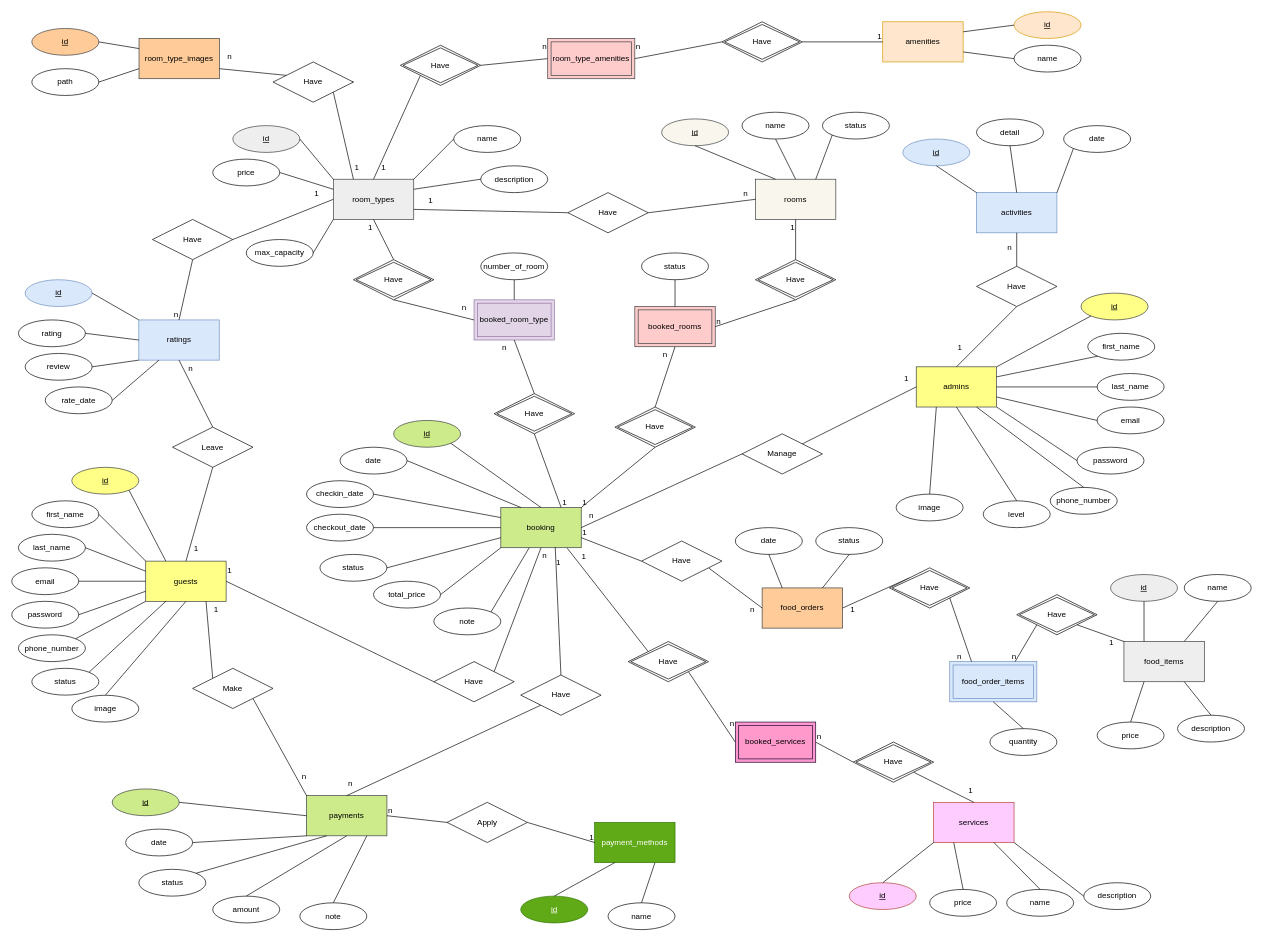
tamgtasa2611/hotel_project2 keeps this draw.io diagram as db_design/hotel_project2.drawio. Above is the earlier version. Source tidied: cells renumbered, new cells numbered last; positions are measured from the earlier drawing's top-left corner, leaving out a move shared by most shapes. Both pictures are drawn from the tidied source at 67%, with x=0, y=0 at pixel (11, 11).
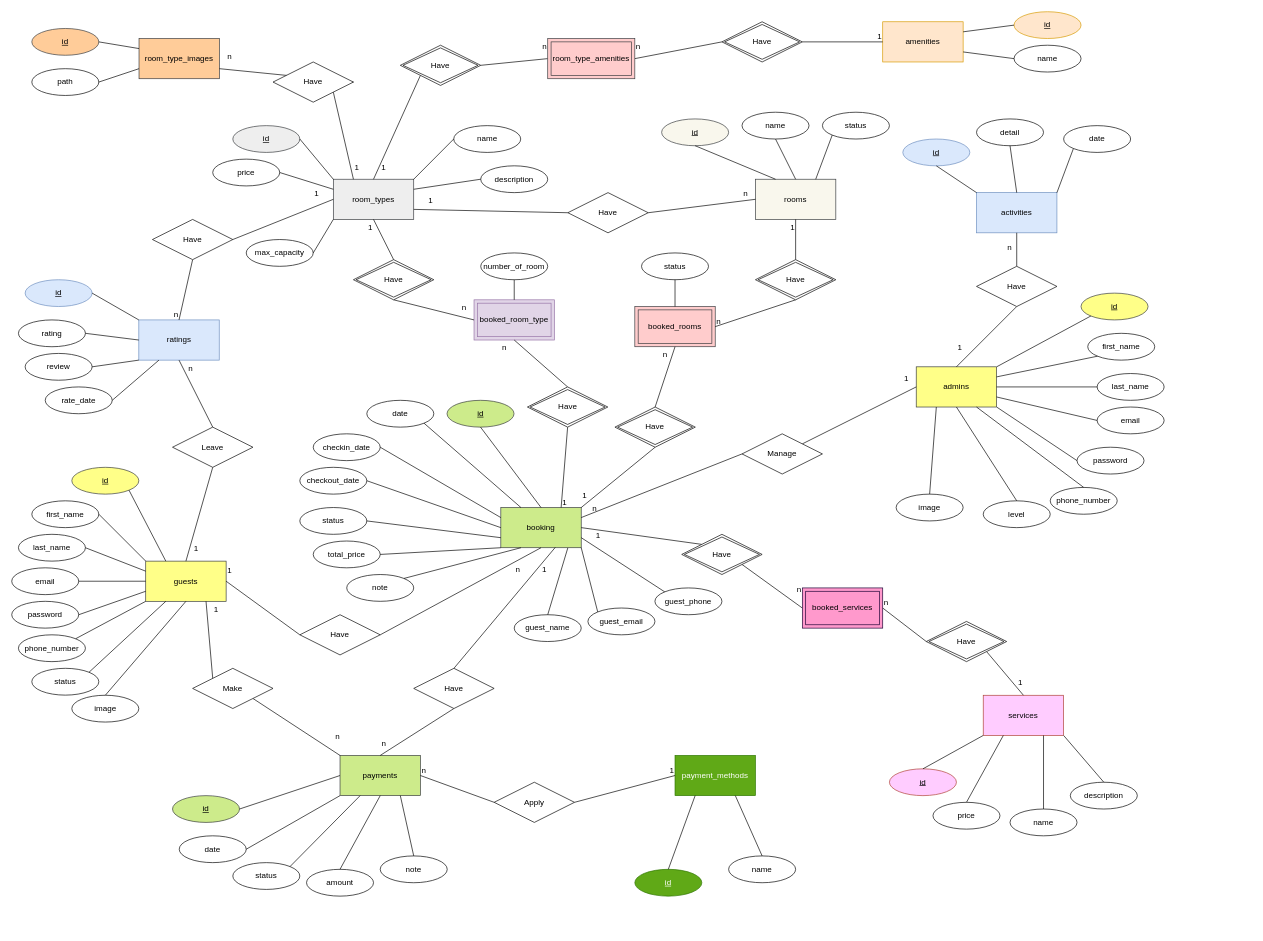
After the change.

The change refers to these unchanged cells:
```xml
<mxCell id="7" value="booking" style="rounded=0;whiteSpace=wrap;html=1;fillColor=#cdeb8b;strokeColor=#36393d;" parent="1" vertex="1">
  <mxGeometry x="730" y="740" width="120" height="60" as="geometry" />
</mxCell>
<mxCell id="72" value="Manage" style="shape=rhombus;perimeter=rhombusPerimeter;whiteSpace=wrap;html=1;align=center;" parent="1" vertex="1">
  <mxGeometry x="1090" y="630" width="120" height="60" as="geometry" />
</mxCell>
<mxCell id="108" style="endArrow=none;html=1;rounded=0;exitX=0.677;exitY=0.992;exitDx=0;exitDy=0;entryX=0.5;entryY=0;entryDx=0;entryDy=0;exitPerimeter=0;" parent="1" edge="1" source="7" target="110">
  <mxGeometry relative="1" as="geometry" />
</mxCell>
<mxCell id="213" style="endArrow=none;html=1;rounded=0;exitX=1;exitY=0;exitDx=0;exitDy=0;entryX=0.5;entryY=1;entryDx=0;entryDy=0;" parent="1" edge="1" source="7" target="215">
  <mxGeometry relative="1" as="geometry" />
</mxCell>
```

What changed in the source:
```diff
@@
     <mxCell id="23" value="checkin_date" style="ellipse;whiteSpace=wrap;html=1;align=center;" parent="1" vertex="1">
-      <mxGeometry x="440" y="700" width="100" height="40" as="geometry" />
+      <mxGeometry x="450" y="630" width="100" height="40" as="geometry" />
     </mxCell>
     <mxCell id="24" value="checkout_date" style="ellipse;whiteSpace=wrap;html=1;align=center;" parent="1" vertex="1">
-      <mxGeometry x="440" y="750" width="100" height="40" as="geometry" />
+      <mxGeometry x="430" y="680" width="100" height="40" as="geometry" />
     </mxCell>
@@
     <mxCell id="38" value="total_price" style="ellipse;whiteSpace=wrap;html=1;align=center;" parent="1" vertex="1">
-      <mxGeometry x="540" y="850" width="100" height="40" as="geometry" />
+      <mxGeometry x="450" y="790" width="100" height="40" as="geometry" />
     </mxCell>
@@
-    <mxCell id="42" style="endArrow=none;html=1;rounded=0;exitX=1;exitY=0;exitDx=0;exitDy=0;entryX=0.5;entryY=1;entryDx=0;entryDy=0;" parent="1" edge="1" source="46" target="7">
+    <mxCell id="42" style="endArrow=none;html=1;rounded=0;exitX=1;exitY=0.5;exitDx=0;exitDy=0;entryX=0.5;entryY=1;entryDx=0;entryDy=0;" parent="1" edge="1" source="46" target="7">
       <mxGeometry relative="1" as="geometry" />
     </mxCell>
     <mxCell id="43" value="n" style="html=1;whiteSpace=wrap;align=right;verticalAlign=bottom;" parent="42" vertex="1">
       <mxGeometry x="1" relative="1" as="geometry">
-        <mxPoint x="10" y="20" as="offset" />
+        <mxPoint x="-30" y="40" as="offset" />
       </mxGeometry>
     </mxCell>
@@
     <mxCell id="46" value="Have" style="shape=rhombus;perimeter=rhombusPerimeter;whiteSpace=wrap;html=1;align=center;" parent="1" vertex="1">
-      <mxGeometry x="630" y="970" width="120" height="60" as="geometry" />
+      <mxGeometry x="430" y="900" width="120" height="60" as="geometry" />
     </mxCell>
@@
     <mxCell id="50" value="&lt;u&gt;id&lt;/u&gt;" style="ellipse;whiteSpace=wrap;html=1;align=center;fillColor=#cdeb8b;strokeColor=#36393d;" parent="1" vertex="1">
-      <mxGeometry x="570" y="610" width="100" height="40" as="geometry" />
+      <mxGeometry x="649.7" y="580" width="100" height="40" as="geometry" />
     </mxCell>
-    <mxCell id="51" style="endArrow=none;html=1;rounded=0;entryX=1;entryY=1;entryDx=0;entryDy=0;exitX=0.5;exitY=0;exitDx=0;exitDy=0;" parent="1" edge="1" source="7" target="50">
+    <mxCell id="51" style="endArrow=none;html=1;rounded=0;entryX=0.5;entryY=1;entryDx=0;entryDy=0;exitX=0.5;exitY=0;exitDx=0;exitDy=0;" parent="1" edge="1" source="7" target="50">
       <mxGeometry relative="1" as="geometry" />
     </mxCell>
@@
-    <mxCell id="70" style="endArrow=none;html=1;rounded=0;exitX=1;exitY=0.5;exitDx=0;exitDy=0;entryX=0;entryY=0.5;entryDx=0;entryDy=0;" parent="1" edge="1" source="7" target="72">
+    <mxCell id="70" style="endArrow=none;html=1;rounded=0;exitX=1;exitY=0.25;exitDx=0;exitDy=0;entryX=0;entryY=0.5;entryDx=0;entryDy=0;" parent="1" edge="1" source="7" target="72">
       <mxGeometry relative="1" as="geometry" />
     </mxCell>
     <mxCell id="71" value="n" style="html=1;whiteSpace=wrap;align=left;verticalAlign=bottom;" parent="70" vertex="1">
       <mxGeometry x="-1" relative="1" as="geometry">
-        <mxPoint x="10" y="-10" as="offset" />
+        <mxPoint x="15" y="-5" as="offset" />
       </mxGeometry>
     </mxCell>
@@
     <mxCell id="101" value="payments" style="rounded=0;whiteSpace=wrap;html=1;fillColor=#cdeb8b;strokeColor=#36393d;" parent="1" vertex="1">
-      <mxGeometry x="440" y="1170" width="120" height="60" as="geometry" />
+      <mxGeometry x="490" y="1110" width="120" height="60" as="geometry" />
     </mxCell>
     <mxCell id="102" value="&lt;u&gt;id&lt;/u&gt;" style="ellipse;whiteSpace=wrap;html=1;align=center;fillColor=#cdeb8b;strokeColor=#36393d;" parent="1" vertex="1">
-      <mxGeometry x="150" y="1160" width="100" height="40" as="geometry" />
+      <mxGeometry x="240" y="1170" width="100" height="40" as="geometry" />
     </mxCell>
@@
     <mxCell id="104" value="date" style="ellipse;whiteSpace=wrap;html=1;align=center;" parent="1" vertex="1">
-      <mxGeometry x="170" y="1220" width="100" height="40" as="geometry" />
+      <mxGeometry x="250" y="1230" width="100" height="40" as="geometry" />
     </mxCell>
@@
-    <mxCell id="106" style="endArrow=none;html=1;rounded=0;exitX=0;exitY=1;exitDx=0;exitDy=0;entryX=0.5;entryY=0;entryDx=0;entryDy=0;" parent="1" edge="1" source="110" target="101">
+    <mxCell id="106" style="endArrow=none;html=1;rounded=0;exitX=0.5;exitY=1;exitDx=0;exitDy=0;entryX=0.5;entryY=0;entryDx=0;entryDy=0;" parent="1" edge="1" source="110" target="101">
       <mxGeometry relative="1" as="geometry" />
     </mxCell>
@@
     <mxCell id="109" value="1" style="html=1;whiteSpace=wrap;align=left;verticalAlign=bottom;" parent="108" vertex="1">
       <mxGeometry x="-1" relative="1" as="geometry">
-        <mxPoint y="30" as="offset" />
+        <mxPoint x="-21" y="40" as="offset" />
       </mxGeometry>
     </mxCell>
     <mxCell id="110" value="Have" style="shape=rhombus;perimeter=rhombusPerimeter;whiteSpace=wrap;html=1;align=center;" parent="1" vertex="1">
-      <mxGeometry x="759.7" y="990" width="120" height="60" as="geometry" />
+      <mxGeometry x="600" y="980" width="120" height="60" as="geometry" />
     </mxCell>
     <mxCell id="111" value="amount" style="ellipse;whiteSpace=wrap;html=1;align=center;" parent="1" vertex="1">
-      <mxGeometry x="300" y="1320" width="100" height="40" as="geometry" />
+      <mxGeometry x="440" y="1280" width="100" height="40" as="geometry" />
     </mxCell>
     <mxCell id="112" value="status" style="ellipse;whiteSpace=wrap;html=1;align=center;" parent="1" vertex="1">
-      <mxGeometry x="189.7" y="1280" width="100" height="40" as="geometry" />
+      <mxGeometry x="330" y="1270" width="100" height="40" as="geometry" />
     </mxCell>
@@
     <mxCell id="132" value="payment_methods" style="rounded=0;whiteSpace=wrap;html=1;fillColor=#60a917;strokeColor=#2D7600;fontColor=#ffffff;" parent="1" vertex="1">
-      <mxGeometry x="870" y="1210" width="120" height="60" as="geometry" />
+      <mxGeometry x="990" y="1110" width="120" height="60" as="geometry" />
     </mxCell>
     <mxCell id="133" value="&lt;u&gt;id&lt;/u&gt;" style="ellipse;whiteSpace=wrap;html=1;align=center;fillColor=#60a917;strokeColor=#2D7600;fontColor=#ffffff;" parent="1" vertex="1">
-      <mxGeometry x="759.7" y="1320" width="100" height="40" as="geometry" />
+      <mxGeometry x="930" y="1280" width="100" height="40" as="geometry" />
     </mxCell>
     <mxCell id="134" value="name" style="ellipse;whiteSpace=wrap;html=1;align=center;" parent="1" vertex="1">
-      <mxGeometry x="890" y="1330" width="100" height="40" as="geometry" />
+      <mxGeometry x="1070" y="1260" width="100" height="40" as="geometry" />
     </mxCell>
@@
     <mxCell id="141" value="Apply" style="shape=rhombus;perimeter=rhombusPerimeter;whiteSpace=wrap;html=1;align=center;" parent="1" vertex="1">
-      <mxGeometry x="649.7" y="1180" width="120" height="60" as="geometry" />
+      <mxGeometry x="720" y="1150" width="120" height="60" as="geometry" />
     </mxCell>
     <mxCell id="142" value="note" style="ellipse;whiteSpace=wrap;html=1;align=center;" parent="1" vertex="1">
-      <mxGeometry x="630" y="890" width="100" height="40" as="geometry" />
+      <mxGeometry x="500" y="840" width="100" height="40" as="geometry" />
     </mxCell>
-    <mxCell id="143" style="endArrow=none;html=1;rounded=0;exitX=1;exitY=0;exitDx=0;exitDy=0;entryX=0.353;entryY=1.001;entryDx=0;entryDy=0;entryPerimeter=0;" parent="1" edge="1" source="142" target="7">
+    <mxCell id="143" style="endArrow=none;html=1;rounded=0;exitX=1;exitY=0;exitDx=0;exitDy=0;entryX=0.25;entryY=1;entryDx=0;entryDy=0;" parent="1" edge="1" source="142" target="7">
       <mxGeometry relative="1" as="geometry" />
     </mxCell>
     <mxCell id="144" value="note" style="ellipse;whiteSpace=wrap;html=1;align=center;" parent="1" vertex="1">
-      <mxGeometry x="430" y="1330" width="100" height="40" as="geometry" />
+      <mxGeometry x="550" y="1260" width="100" height="40" as="geometry" />
     </mxCell>
@@
     <mxCell id="161" value="services" style="rounded=0;whiteSpace=wrap;html=1;fillColor=#FFCCFF;strokeColor=#ae4132;" parent="1" vertex="1">
-      <mxGeometry x="1376" y="1180" width="120" height="60" as="geometry" />
+      <mxGeometry x="1450" y="1020.2" width="120" height="60" as="geometry" />
     </mxCell>
@@
-    <mxCell id="164" style="endArrow=none;html=1;rounded=0;entryX=0;entryY=0;entryDx=0;entryDy=0;exitX=0.826;exitY=1.012;exitDx=0;exitDy=0;exitPerimeter=0;" parent="1" edge="1" source="7" target="190">
+    <mxCell id="164" style="endArrow=none;html=1;rounded=0;entryX=0;entryY=0;entryDx=0;entryDy=0;exitX=1;exitY=0.5;exitDx=0;exitDy=0;" parent="1" edge="1" source="7" target="190">
       <mxGeometry relative="1" as="geometry" />
     </mxCell>
@@
     <mxCell id="170" value="&lt;u&gt;id&lt;/u&gt;" style="ellipse;whiteSpace=wrap;html=1;align=center;fillColor=#FFCCFF;strokeColor=#ae4132;" parent="1" vertex="1">
-      <mxGeometry x="1250" y="1300" width="100" height="40" as="geometry" />
+      <mxGeometry x="1310" y="1130" width="100" height="40" as="geometry" />
     </mxCell>
@@
     <mxCell id="172" value="name" style="ellipse;whiteSpace=wrap;html=1;align=center;" parent="1" vertex="1">
-      <mxGeometry x="1485" y="1310" width="100" height="40" as="geometry" />
+      <mxGeometry x="1490" y="1190" width="100" height="40" as="geometry" />
     </mxCell>
@@
     <mxCell id="174" value="description" style="ellipse;whiteSpace=wrap;html=1;align=center;" parent="1" vertex="1">
-      <mxGeometry x="1600" y="1300" width="100" height="40" as="geometry" />
+      <mxGeometry x="1580" y="1150" width="100" height="40" as="geometry" />
     </mxCell>
-    <mxCell id="175" style="endArrow=none;html=1;rounded=0;entryX=1;entryY=1;entryDx=0;entryDy=0;exitX=0;exitY=0.5;exitDx=0;exitDy=0;" parent="1" edge="1" source="174" target="161">
+    <mxCell id="175" style="endArrow=none;html=1;rounded=0;entryX=1;entryY=1;entryDx=0;entryDy=0;exitX=0.5;exitY=0;exitDx=0;exitDy=0;" parent="1" edge="1" source="174" target="161">
       <mxGeometry relative="1" as="geometry" />
     </mxCell>
@@
     <mxCell id="178" value="status" style="ellipse;whiteSpace=wrap;html=1;align=center;" parent="1" vertex="1">
-      <mxGeometry x="460" y="810" width="100" height="40" as="geometry" />
+      <mxGeometry x="430" y="740" width="100" height="40" as="geometry" />
     </mxCell>
@@
     <mxCell id="183" value="price" style="ellipse;whiteSpace=wrap;html=1;align=center;" parent="1" vertex="1">
-      <mxGeometry x="1370" y="1310" width="100" height="40" as="geometry" />
+      <mxGeometry x="1375" y="1180" width="100" height="40" as="geometry" />
     </mxCell>
@@
     <mxCell id="187" value="booked_services" style="shape=ext;margin=3;double=1;whiteSpace=wrap;html=1;align=center;fillColor=#ff99cc;strokeColor=#190033;" parent="1" vertex="1">
-      <mxGeometry x="1080" y="1060.2" width="120" height="60" as="geometry" />
+      <mxGeometry x="1180" y="860" width="120" height="60" as="geometry" />
     </mxCell>
     <mxCell id="188" value="date" style="ellipse;whiteSpace=wrap;html=1;align=center;" parent="1" vertex="1">
-      <mxGeometry x="490" y="650" width="100" height="40" as="geometry" />
+      <mxGeometry x="530" y="580" width="100" height="40" as="geometry" />
     </mxCell>
-    <mxCell id="189" style="endArrow=none;html=1;rounded=0;exitX=1;exitY=0.5;exitDx=0;exitDy=0;entryX=0.25;entryY=0;entryDx=0;entryDy=0;" parent="1" edge="1" source="188" target="7">
+    <mxCell id="189" style="endArrow=none;html=1;rounded=0;exitX=1;exitY=1;exitDx=0;exitDy=0;entryX=0.25;entryY=0;entryDx=0;entryDy=0;" parent="1" edge="1" source="188" target="7">
       <mxGeometry relative="1" as="geometry" />
     </mxCell>
     <mxCell id="190" value="Have" style="shape=rhombus;double=1;perimeter=rhombusPerimeter;whiteSpace=wrap;html=1;align=center;" parent="1" vertex="1">
-      <mxGeometry x="920" y="940" width="120" height="60" as="geometry" />
+      <mxGeometry x="1000" y="780" width="120" height="60" as="geometry" />
     </mxCell>
     <mxCell id="191" value="Have" style="shape=rhombus;double=1;perimeter=rhombusPerimeter;whiteSpace=wrap;html=1;align=center;" parent="1" vertex="1">
-      <mxGeometry x="1256" y="1090" width="120" height="60" as="geometry" />
+      <mxGeometry x="1365" y="910" width="120" height="60" as="geometry" />
     </mxCell>
@@
     <mxCell id="199" value="Have" style="shape=rhombus;double=1;perimeter=rhombusPerimeter;whiteSpace=wrap;html=1;align=center;" parent="1" vertex="1">
-      <mxGeometry x="720" y="570" width="120" height="60" as="geometry" />
+      <mxGeometry x="769.7" y="560" width="120" height="60" as="geometry" />
     </mxCell>
@@
     <mxCell id="214" value="1" style="html=1;whiteSpace=wrap;align=left;verticalAlign=bottom;" parent="213" vertex="1">
-      <mxGeometry x="-1" relative="1" as="geometry" />
+      <mxGeometry x="-1" relative="1" as="geometry">
+        <mxPoint y="-10" as="offset" />
+      </mxGeometry>
     </mxCell>
@@
-    <mxCell id="216" value="food_orders" style="rounded=0;whiteSpace=wrap;html=1;fillColor=#ffcc99;strokeColor=#36393d;" parent="1" vertex="1">
-      <mxGeometry x="1120" y="860" width="120" height="60" as="geometry" />
-    </mxCell>
-    <mxCell id="217" value="food_items" style="rounded=0;whiteSpace=wrap;html=1;fillColor=#eeeeee;strokeColor=#36393d;" parent="1" vertex="1">
-      <mxGeometry x="1660" y="940" width="120" height="60" as="geometry" />
-    </mxCell>
-    <mxCell id="218" style="endArrow=none;html=1;rounded=0;exitX=1;exitY=0.75;exitDx=0;exitDy=0;entryX=0;entryY=0.5;entryDx=0;entryDy=0;" parent="1" edge="1" source="222" target="216">
-      <mxGeometry relative="1" as="geometry" />
-    </mxCell>
-    <mxCell id="219" value="n" style="html=1;whiteSpace=wrap;align=right;verticalAlign=bottom;" parent="218" vertex="1">
-      <mxGeometry x="1" relative="1" as="geometry">
-        <mxPoint x="-10" y="10" as="offset" />
-      </mxGeometry>
-    </mxCell>
-    <mxCell id="220" style="endArrow=none;html=1;rounded=0;exitX=1;exitY=0.75;exitDx=0;exitDy=0;entryX=0;entryY=0.5;entryDx=0;entryDy=0;" parent="1" edge="1" source="7" target="222">
-      <mxGeometry relative="1" as="geometry" />
-    </mxCell>
-    <mxCell id="221" value="1" style="html=1;whiteSpace=wrap;align=left;verticalAlign=bottom;" parent="220" vertex="1">
-      <mxGeometry x="-1" relative="1" as="geometry" />
-    </mxCell>
-    <mxCell id="222" value="Have" style="shape=rhombus;perimeter=rhombusPerimeter;whiteSpace=wrap;html=1;align=center;" parent="1" vertex="1">
-      <mxGeometry x="940" y="790" width="120" height="60" as="geometry" />
-    </mxCell>
-    <mxCell id="223" value="food_order_items" style="shape=ext;margin=3;double=1;whiteSpace=wrap;html=1;align=center;fillColor=#dae8fc;strokeColor=#6c8ebf;" parent="1" vertex="1">
-      <mxGeometry x="1400" y="970" width="130" height="60" as="geometry" />
-    </mxCell>
-    <mxCell id="224" style="endArrow=none;html=1;rounded=0;exitX=1;exitY=1;exitDx=0;exitDy=0;entryX=0.25;entryY=0;entryDx=0;entryDy=0;" parent="1" edge="1" source="228" target="223">
-      <mxGeometry relative="1" as="geometry" />
-    </mxCell>
-    <mxCell id="225" value="n" style="html=1;whiteSpace=wrap;align=right;verticalAlign=bottom;" parent="224" vertex="1">
-      <mxGeometry x="1" relative="1" as="geometry">
-        <mxPoint x="-13" as="offset" />
-      </mxGeometry>
-    </mxCell>
-    <mxCell id="226" style="endArrow=none;html=1;rounded=0;exitX=1;exitY=0.5;exitDx=0;exitDy=0;entryX=0;entryY=0;entryDx=0;entryDy=0;" parent="1" edge="1" source="216" target="228">
-      <mxGeometry relative="1" as="geometry" />
-    </mxCell>
-    <mxCell id="227" value="1" style="html=1;whiteSpace=wrap;align=left;verticalAlign=bottom;" parent="226" vertex="1">
-      <mxGeometry x="-1" relative="1" as="geometry">
-        <mxPoint x="10" y="10" as="offset" />
-      </mxGeometry>
-    </mxCell>
-    <mxCell id="228" value="Have" style="shape=rhombus;double=1;perimeter=rhombusPerimeter;whiteSpace=wrap;html=1;align=center;" parent="1" vertex="1">
-      <mxGeometry x="1310" y="830" width="120" height="60" as="geometry" />
-    </mxCell>
@@
-    <mxCell id="230" style="endArrow=none;html=1;rounded=0;exitX=1;exitY=1;exitDx=0;exitDy=0;entryX=0;entryY=0;entryDx=0;entryDy=0;" parent="1" edge="1" source="234" target="217">
-      <mxGeometry relative="1" as="geometry" />
-    </mxCell>
-    <mxCell id="231" value="1" style="html=1;whiteSpace=wrap;align=right;verticalAlign=bottom;" parent="230" vertex="1">
-      <mxGeometry x="1" relative="1" as="geometry">
-        <mxPoint x="-14" y="10" as="offset" />
-      </mxGeometry>
-    </mxCell>
-    <mxCell id="232" style="endArrow=none;html=1;rounded=0;exitX=0.75;exitY=0;exitDx=0;exitDy=0;entryX=0;entryY=1;entryDx=0;entryDy=0;" parent="1" edge="1" source="223" target="234">
-      <mxGeometry relative="1" as="geometry" />
-    </mxCell>
-    <mxCell id="233" value="n" style="html=1;whiteSpace=wrap;align=left;verticalAlign=bottom;" parent="232" vertex="1">
-      <mxGeometry x="-1" relative="1" as="geometry">
-        <mxPoint x="-7" as="offset" />
-      </mxGeometry>
-    </mxCell>
-    <mxCell id="234" value="Have" style="shape=rhombus;double=1;perimeter=rhombusPerimeter;whiteSpace=wrap;html=1;align=center;" parent="1" vertex="1">
-      <mxGeometry x="1500" y="870" width="120" height="60" as="geometry" />
-    </mxCell>
-    <mxCell id="235" value="quantity" style="ellipse;whiteSpace=wrap;html=1;align=center;" parent="1" vertex="1">
-      <mxGeometry x="1460" y="1070" width="100" height="40" as="geometry" />
-    </mxCell>
-    <mxCell id="236" style="endArrow=none;html=1;rounded=0;exitX=0.5;exitY=0;exitDx=0;exitDy=0;entryX=0.5;entryY=1;entryDx=0;entryDy=0;" parent="1" edge="1" source="235" target="223">
-      <mxGeometry relative="1" as="geometry" />
-    </mxCell>
-    <mxCell id="237" value="date" style="ellipse;whiteSpace=wrap;html=1;align=center;" parent="1" vertex="1">
-      <mxGeometry x="1080" y="770" width="100" height="40" as="geometry" />
-    </mxCell>
-    <mxCell id="238" value="status" style="ellipse;whiteSpace=wrap;html=1;align=center;" parent="1" vertex="1">
-      <mxGeometry x="1200" y="770" width="100" height="40" as="geometry" />
-    </mxCell>
-    <mxCell id="239" style="endArrow=none;html=1;rounded=0;exitX=0.5;exitY=1;exitDx=0;exitDy=0;entryX=0.25;entryY=0;entryDx=0;entryDy=0;" parent="1" edge="1" source="237" target="216">
-      <mxGeometry relative="1" as="geometry" />
-    </mxCell>
-    <mxCell id="240" style="endArrow=none;html=1;rounded=0;exitX=0.5;exitY=1;exitDx=0;exitDy=0;entryX=0.75;entryY=0;entryDx=0;entryDy=0;" parent="1" edge="1" source="238" target="216">
-      <mxGeometry relative="1" as="geometry" />
-    </mxCell>
-    <mxCell id="241" style="endArrow=none;html=1;rounded=0;exitX=0.75;exitY=0;exitDx=0;exitDy=0;entryX=0.5;entryY=1;entryDx=0;entryDy=0;" parent="1" edge="1" source="217" target="242">
-      <mxGeometry relative="1" as="geometry" />
-    </mxCell>
-    <mxCell id="242" value="name" style="ellipse;whiteSpace=wrap;html=1;align=center;" parent="1" vertex="1">
-      <mxGeometry x="1750" y="840" width="100" height="40" as="geometry" />
-    </mxCell>
-    <mxCell id="243" style="endArrow=none;html=1;rounded=0;exitX=0.5;exitY=0;exitDx=0;exitDy=0;entryX=0.25;entryY=1;entryDx=0;entryDy=0;" parent="1" edge="1" source="244" target="217">
-      <mxGeometry relative="1" as="geometry" />
-    </mxCell>
-    <mxCell id="244" value="price" style="ellipse;whiteSpace=wrap;html=1;align=center;" parent="1" vertex="1">
-      <mxGeometry x="1620" y="1060.2" width="100" height="40" as="geometry" />
-    </mxCell>
-    <mxCell id="245" style="endArrow=none;html=1;rounded=0;entryX=0.5;entryY=0;entryDx=0;entryDy=0;exitX=0.75;exitY=1;exitDx=0;exitDy=0;" parent="1" edge="1" source="217" target="246">
-      <mxGeometry relative="1" as="geometry" />
-    </mxCell>
-    <mxCell id="246" value="description" style="ellipse;whiteSpace=wrap;html=1;align=center;" parent="1" vertex="1">
-      <mxGeometry x="1740" y="1050" width="100" height="40" as="geometry" />
-    </mxCell>
-    <mxCell id="247" value="&lt;u&gt;id&lt;/u&gt;" style="ellipse;whiteSpace=wrap;html=1;align=center;fillColor=#eeeeee;strokeColor=#36393d;" parent="1" vertex="1">
-      <mxGeometry x="1640" y="840" width="100" height="40" as="geometry" />
-    </mxCell>
-    <mxCell id="248" style="endArrow=none;html=1;rounded=0;exitX=0.25;exitY=0;exitDx=0;exitDy=0;entryX=0.5;entryY=1;entryDx=0;entryDy=0;" parent="1" edge="1" source="217" target="247">
-      <mxGeometry relative="1" as="geometry" />
-    </mxCell>
@@
+    <mxCell id="251" value="guest_name" style="ellipse;whiteSpace=wrap;html=1;align=center;" parent="1" vertex="1">
+      <mxGeometry x="750" y="900" width="100" height="40" as="geometry" />
+    </mxCell>
+    <mxCell id="252" value="guest_email" style="ellipse;whiteSpace=wrap;html=1;align=center;" parent="1" vertex="1">
+      <mxGeometry x="860" y="890" width="100" height="40" as="geometry" />
+    </mxCell>
+    <mxCell id="253" value="guest_phone" style="ellipse;whiteSpace=wrap;html=1;align=center;" parent="1" vertex="1">
+      <mxGeometry x="960" y="860" width="100" height="40" as="geometry" />
+    </mxCell>
+    <mxCell id="254" style="endArrow=none;html=1;rounded=0;exitX=0.5;exitY=0;exitDx=0;exitDy=0;entryX=0.833;entryY=1.005;entryDx=0;entryDy=0;entryPerimeter=0;" parent="1" edge="1" source="251" target="7">
+      <mxGeometry relative="1" as="geometry" />
+    </mxCell>
+    <mxCell id="255" style="endArrow=none;html=1;rounded=0;exitX=0;exitY=0;exitDx=0;exitDy=0;entryX=1;entryY=1;entryDx=0;entryDy=0;" parent="1" edge="1" source="252" target="7">
+      <mxGeometry relative="1" as="geometry" />
+    </mxCell>
+    <mxCell id="256" style="endArrow=none;html=1;rounded=0;exitX=0;exitY=0;exitDx=0;exitDy=0;entryX=1;entryY=0.75;entryDx=0;entryDy=0;" parent="1" edge="1" source="253" target="7">
+      <mxGeometry relative="1" as="geometry" />
+    </mxCell>
```
